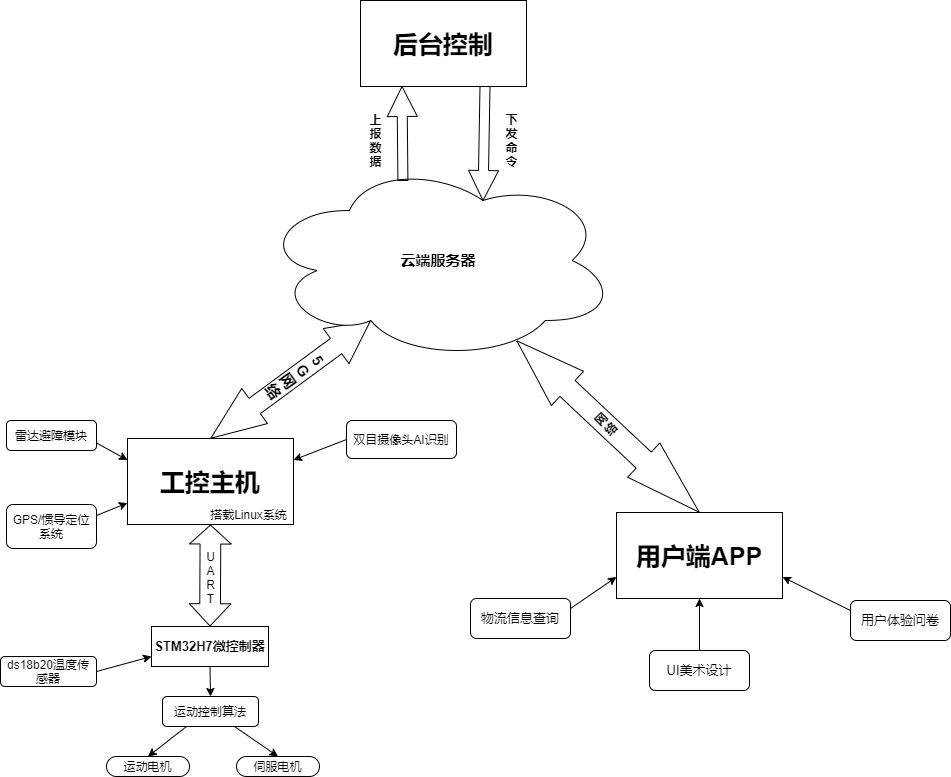
This is wuliu.png from RightTriangle/RightTriangle.github.io, a draw.io export, as it was before one commit. Source tidied: cells renumbered, new cells last; positions are measured from the earlier drawing's top-left corner, leaving out a move shared by most shapes.
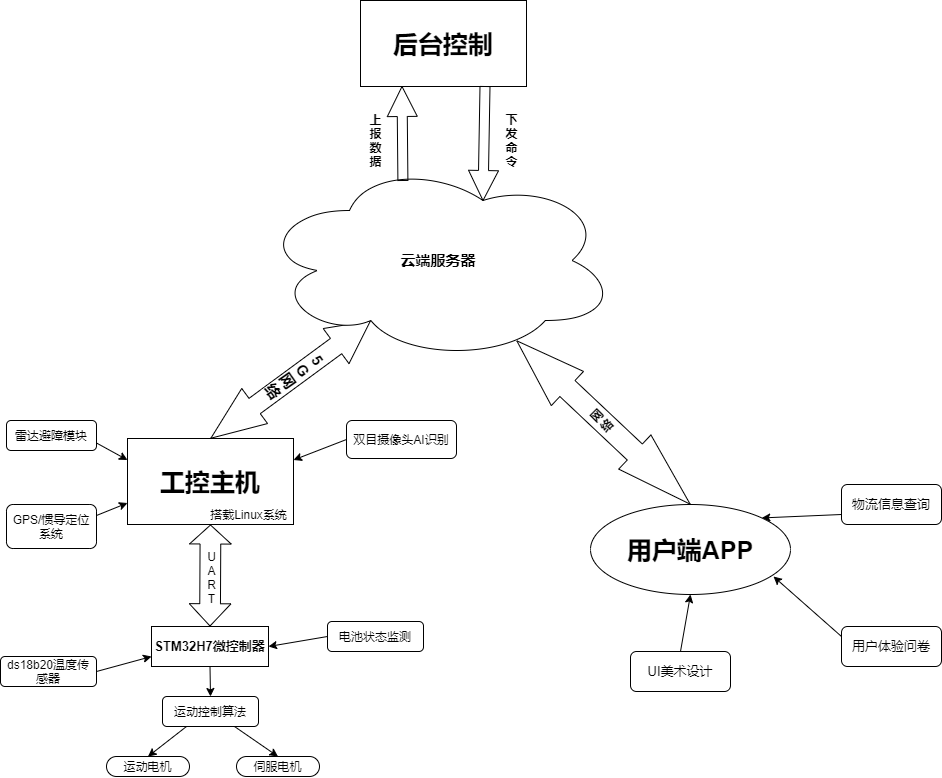
The same diagram one commit later.

Diff of the diagram source:
```diff
@@ -66,9 +66,6 @@
     <mxCell id="21" style="endArrow=classic;html=1;entryX=1;entryY=0.25;entryDx=0;entryDy=0;exitX=0;exitY=0.5;exitDx=0;exitDy=0;" parent="1" edge="1" source="20" target="2">
       <mxGeometry relative="1" as="geometry" />
     </mxCell>
-    <mxCell id="22" value="&lt;span style=&quot;font-size: 25px&quot;&gt;&lt;b&gt;用户端APP&lt;/b&gt;&lt;/span&gt;" style="rounded=0;whiteSpace=wrap;html=1;" parent="1" vertex="1">
-      <mxGeometry x="616" y="512" width="166" height="86" as="geometry" />
-    </mxCell>
     <mxCell id="23" value="&lt;span style=&quot;font-size: 25px&quot;&gt;&lt;b&gt;后台控制&lt;/b&gt;&lt;/span&gt;" style="rounded=0;whiteSpace=wrap;html=1;" parent="1" vertex="1">
       <mxGeometry x="360" width="166" height="86" as="geometry" />
     </mxCell>
@@ -94,22 +91,22 @@
       <mxGeometry relative="1" as="geometry" />
     </mxCell>
     <mxCell id="31" value="&lt;font style=&quot;font-size: 13px&quot;&gt;UI美术设计&lt;/font&gt;" style="rounded=1;whiteSpace=wrap;html=1;" parent="1" vertex="1">
-      <mxGeometry x="649" y="650" width="100" height="40" as="geometry" />
+      <mxGeometry x="630" y="651" width="100" height="40" as="geometry" />
     </mxCell>
     <mxCell id="32" style="endArrow=classic;html=1;targetPerimeterSpacing=0;entryX=0.5;entryY=1;entryDx=0;entryDy=0;exitX=0.5;exitY=0;exitDx=0;exitDy=0;" parent="1" edge="1" source="31" target="22">
       <mxGeometry relative="1" as="geometry" />
     </mxCell>
-    <mxCell id="33" style="rounded=0;jettySize=auto;html=1;exitX=0;exitY=0.25;exitDx=0;exitDy=0;entryX=1;entryY=0.75;entryDx=0;entryDy=0;targetPerimeterSpacing=0;" parent="1" edge="1" source="34" target="22">
+    <mxCell id="33" style="rounded=0;jettySize=auto;html=1;exitX=0;exitY=0.25;exitDx=0;exitDy=0;entryX=0.915;entryY=0.8;entryDx=0;entryDy=0;targetPerimeterSpacing=0;entryPerimeter=0;" parent="1" edge="1" source="34" target="22">
       <mxGeometry relative="1" as="geometry" />
     </mxCell>
     <mxCell id="34" value="&lt;font style=&quot;font-size: 13px&quot;&gt;用户体验问卷&lt;/font&gt;" style="rounded=1;whiteSpace=wrap;html=1;" parent="1" vertex="1">
-      <mxGeometry x="850" y="600" width="100" height="40" as="geometry" />
+      <mxGeometry x="841" y="626" width="100" height="40" as="geometry" />
     </mxCell>
-    <mxCell id="35" style="edgeStyle=none;rounded=0;jettySize=auto;html=1;exitX=1;exitY=0.25;exitDx=0;exitDy=0;entryX=0;entryY=0.75;entryDx=0;entryDy=0;targetPerimeterSpacing=0;" parent="1" edge="1" source="36" target="22">
+    <mxCell id="35" style="edgeStyle=none;rounded=0;jettySize=auto;html=1;exitX=0;exitY=0.75;exitDx=0;exitDy=0;entryX=1;entryY=0;entryDx=0;entryDy=0;targetPerimeterSpacing=0;" parent="1" edge="1" source="36" target="22">
       <mxGeometry relative="1" as="geometry" />
     </mxCell>
     <mxCell id="36" value="&lt;font style=&quot;font-size: 13px&quot;&gt;物流信息查询&lt;br&gt;&lt;/font&gt;" style="rounded=1;whiteSpace=wrap;html=1;" parent="1" vertex="1">
-      <mxGeometry x="470" y="598" width="100" height="40" as="geometry" />
+      <mxGeometry x="841" y="484" width="100" height="40" as="geometry" />
     </mxCell>
     <mxCell id="37" style="shape=flexArrow;endArrow=classic;startArrow=classic;html=1;targetPerimeterSpacing=0;entryX=0.719;entryY=0.9;entryDx=0;entryDy=0;entryPerimeter=0;exitX=0.5;exitY=0;exitDx=0;exitDy=0;endWidth=24;endSize=22.84;startWidth=24;startSize=25.01;width=22;" parent="1" edge="1" source="22" target="5">
       <mxGeometry relative="1" as="geometry" />
@@ -119,5 +116,14 @@
         <mxPoint x="9" y="7" as="offset" />
       </mxGeometry>
     </mxCell>
+    <mxCell id="22" value="&lt;b style=&quot;font-size: 25px&quot;&gt;用户端APP&lt;/b&gt;" style="ellipse;whiteSpace=wrap;html=1;" parent="1" vertex="1">
+      <mxGeometry x="590" y="504" width="200" height="90" as="geometry" />
+    </mxCell>
+    <mxCell id="39" style="edgeStyle=none;rounded=0;jettySize=auto;html=1;exitX=0;exitY=0.5;exitDx=0;exitDy=0;entryX=1;entryY=0.5;entryDx=0;entryDy=0;targetPerimeterSpacing=0;" parent="1" edge="1" source="40" target="6">
+      <mxGeometry relative="1" as="geometry" />
+    </mxCell>
+    <mxCell id="40" value="电池状态监测" style="rounded=1;whiteSpace=wrap;html=1;" parent="1" vertex="1">
+      <mxGeometry x="327" y="621" width="96" height="30" as="geometry" />
+    </mxCell>
   </root>
 </mxGraphModel>
```
